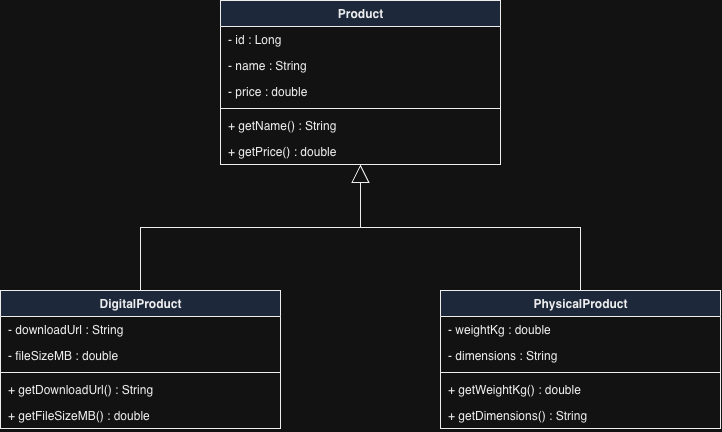
The draw.io diagram docs/uml/product-hierarchy.png in nimuthu-dev/products-api, before a commit. Source tidied: cells renumbered, new cells last; positions are measured from the earlier drawing's top-left corner, leaving out a move shared by most shapes.
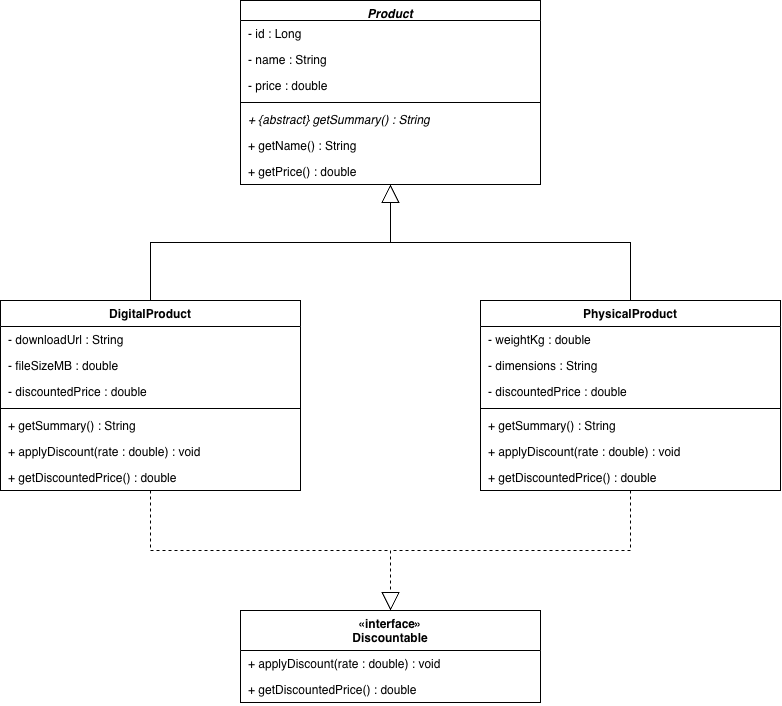
The same file after the commit.

Commit message:
TUT 5 Activity 6

The edit, as a diff of the source:
```diff
@@ -2,68 +2,98 @@
   <root>
     <mxCell id="0" />
     <mxCell id="1" parent="0" />
-    <mxCell id="2" value="Product" style="swimlane;fontStyle=1;align=center;verticalAlign=top;horizontal=1;startSize=26;html=1;fillColor=#dae8fc;strokeColor=#000000;fontColor=#000000;swimlaneFillColor=#ffffff;" parent="1" vertex="1">
-      <mxGeometry x="220" width="280" height="164" as="geometry" />
+    <mxCell id="2" value="Product" style="swimlane;fontStyle=3;align=center;verticalAlign=top;horizontal=1;startSize=20;html=1;whiteSpace=wrap;swimlaneFillColor=#ffffff;" parent="1" vertex="1">
+      <mxGeometry x="220" y="-10" width="300" height="184" as="geometry" />
     </mxCell>
     <mxCell id="3" value="- id : Long" style="text;strokeColor=none;fillColor=none;align=left;verticalAlign=top;spacingLeft=6;overflow=hidden;html=1;fontColor=#000000;" parent="2" vertex="1">
-      <mxGeometry y="26" width="280" height="26" as="geometry" />
+      <mxGeometry y="20" width="300" height="26" as="geometry" />
     </mxCell>
     <mxCell id="4" value="- name : String" style="text;strokeColor=none;fillColor=none;align=left;verticalAlign=top;spacingLeft=6;overflow=hidden;html=1;fontColor=#000000;" parent="2" vertex="1">
-      <mxGeometry y="52" width="280" height="26" as="geometry" />
+      <mxGeometry y="46" width="300" height="26" as="geometry" />
     </mxCell>
     <mxCell id="5" value="- price : double" style="text;strokeColor=none;fillColor=none;align=left;verticalAlign=top;spacingLeft=6;overflow=hidden;html=1;fontColor=#000000;" parent="2" vertex="1">
-      <mxGeometry y="78" width="280" height="26" as="geometry" />
+      <mxGeometry y="72" width="300" height="26" as="geometry" />
     </mxCell>
-    <mxCell id="6" style="line;strokeWidth=1;fillColor=none;align=left;verticalAlign=middle;html=1;strokeColor=#000000;" parent="2" vertex="1">
-      <mxGeometry y="104" width="280" height="8" as="geometry" />
+    <mxCell id="6" style="line;strokeWidth=1;fillColor=none;html=1;strokeColor=#000000;" parent="2" vertex="1">
+      <mxGeometry y="98" width="300" height="8" as="geometry" />
     </mxCell>
-    <mxCell id="7" value="+ getName() : String" style="text;strokeColor=none;fillColor=none;align=left;verticalAlign=top;spacingLeft=6;overflow=hidden;html=1;fontColor=#000000;" parent="2" vertex="1">
-      <mxGeometry y="112" width="280" height="26" as="geometry" />
+    <mxCell id="7" value="+ {abstract} getSummary() : String" style="text;strokeColor=none;fillColor=none;align=left;verticalAlign=top;spacingLeft=6;overflow=hidden;html=1;fontColor=#000000;fontStyle=2;" parent="2" vertex="1">
+      <mxGeometry y="106" width="300" height="26" as="geometry" />
     </mxCell>
-    <mxCell id="8" value="+ getPrice() : double" style="text;strokeColor=none;fillColor=none;align=left;verticalAlign=top;spacingLeft=6;overflow=hidden;html=1;fontColor=#000000;" parent="2" vertex="1">
-      <mxGeometry y="138" width="280" height="26" as="geometry" />
+    <mxCell id="8" value="+ getName() : String" style="text;strokeColor=none;fillColor=none;align=left;verticalAlign=top;spacingLeft=6;overflow=hidden;html=1;fontColor=#000000;" parent="2" vertex="1">
+      <mxGeometry y="132" width="300" height="26" as="geometry" />
     </mxCell>
+    <mxCell id="23" value="+ getPrice() : double" style="text;strokeColor=none;fillColor=none;align=left;verticalAlign=top;spacingLeft=6;overflow=hidden;html=1;fontColor=#000000;" parent="2" vertex="1">
+      <mxGeometry y="158" width="300" height="26" as="geometry" />
+    </mxCell>
-    <mxCell id="9" value="DigitalProduct" style="swimlane;fontStyle=1;align=center;verticalAlign=top;horizontal=1;startSize=26;html=1;fillColor=#dae8fc;strokeColor=#000000;fontColor=#000000;swimlaneFillColor=#ffffff;" parent="1" vertex="1">
-      <mxGeometry y="290" width="280" height="138" as="geometry" />
+    <mxCell id="9" value="DigitalProduct" style="swimlane;fontStyle=1;align=center;verticalAlign=top;horizontal=1;startSize=26;html=1;whiteSpace=wrap;swimlaneFillColor=#ffffff;" parent="1" vertex="1">
+      <mxGeometry x="-20" y="290" width="300" height="190" as="geometry" />
     </mxCell>
     <mxCell id="10" value="- downloadUrl : String" style="text;strokeColor=none;fillColor=none;align=left;verticalAlign=top;spacingLeft=6;overflow=hidden;html=1;fontColor=#000000;" parent="9" vertex="1">
-      <mxGeometry y="26" width="280" height="26" as="geometry" />
+      <mxGeometry y="26" width="300" height="26" as="geometry" />
     </mxCell>
     <mxCell id="11" value="- fileSizeMB : double" style="text;strokeColor=none;fillColor=none;align=left;verticalAlign=top;spacingLeft=6;overflow=hidden;html=1;fontColor=#000000;" parent="9" vertex="1">
-      <mxGeometry y="52" width="280" height="26" as="geometry" />
+      <mxGeometry y="52" width="300" height="26" as="geometry" />
     </mxCell>
+    <mxCell id="24" value="- discountedPrice : double" style="text;strokeColor=none;fillColor=none;align=left;verticalAlign=top;spacingLeft=6;overflow=hidden;html=1;fontColor=#000000;" parent="9" vertex="1">
+      <mxGeometry y="78" width="300" height="26" as="geometry" />
+    </mxCell>
-    <mxCell id="12" style="line;strokeWidth=1;fillColor=none;align=left;verticalAlign=middle;html=1;strokeColor=#000000;" parent="9" vertex="1">
-      <mxGeometry y="78" width="280" height="8" as="geometry" />
+    <mxCell id="12" style="line;strokeWidth=1;fillColor=none;html=1;strokeColor=#000000;" parent="9" vertex="1">
+      <mxGeometry y="104" width="300" height="8" as="geometry" />
     </mxCell>
-    <mxCell id="13" value="+ getDownloadUrl() : String" style="text;strokeColor=none;fillColor=none;align=left;verticalAlign=top;spacingLeft=6;overflow=hidden;html=1;fontColor=#000000;" parent="9" vertex="1">
-      <mxGeometry y="86" width="280" height="26" as="geometry" />
+    <mxCell id="13" value="+ getSummary() : String" style="text;strokeColor=none;fillColor=none;align=left;verticalAlign=top;spacingLeft=6;overflow=hidden;html=1;fontColor=#000000;" parent="9" vertex="1">
+      <mxGeometry y="112" width="300" height="26" as="geometry" />
     </mxCell>
-    <mxCell id="14" value="+ getFileSizeMB() : double" style="text;strokeColor=none;fillColor=none;align=left;verticalAlign=top;spacingLeft=6;overflow=hidden;html=1;fontColor=#000000;" parent="9" vertex="1">
-      <mxGeometry y="112" width="280" height="26" as="geometry" />
+    <mxCell id="14" value="+ applyDiscount(rate : double) : void" style="text;strokeColor=none;fillColor=none;align=left;verticalAlign=top;spacingLeft=6;overflow=hidden;html=1;fontColor=#000000;" parent="9" vertex="1">
+      <mxGeometry y="138" width="300" height="26" as="geometry" />
     </mxCell>
+    <mxCell id="25" value="+ getDiscountedPrice() : double" style="text;strokeColor=none;fillColor=none;align=left;verticalAlign=top;spacingLeft=6;overflow=hidden;html=1;fontColor=#000000;" parent="9" vertex="1">
+      <mxGeometry y="164" width="300" height="26" as="geometry" />
+    </mxCell>
-    <mxCell id="15" value="PhysicalProduct" style="swimlane;fontStyle=1;align=center;verticalAlign=top;horizontal=1;startSize=26;html=1;fillColor=#dae8fc;strokeColor=#000000;fontColor=#000000;swimlaneFillColor=#ffffff;" parent="1" vertex="1">
-      <mxGeometry x="440" y="290" width="280" height="138" as="geometry" />
+    <mxCell id="15" value="PhysicalProduct" style="swimlane;fontStyle=1;align=center;verticalAlign=top;horizontal=1;startSize=26;html=1;whiteSpace=wrap;swimlaneFillColor=#ffffff;" parent="1" vertex="1">
+      <mxGeometry x="460" y="290" width="300" height="190" as="geometry" />
     </mxCell>
     <mxCell id="16" value="- weightKg : double" style="text;strokeColor=none;fillColor=none;align=left;verticalAlign=top;spacingLeft=6;overflow=hidden;html=1;fontColor=#000000;" parent="15" vertex="1">
-      <mxGeometry y="26" width="280" height="26" as="geometry" />
+      <mxGeometry y="26" width="300" height="26" as="geometry" />
     </mxCell>
     <mxCell id="17" value="- dimensions : String" style="text;strokeColor=none;fillColor=none;align=left;verticalAlign=top;spacingLeft=6;overflow=hidden;html=1;fontColor=#000000;" parent="15" vertex="1">
-      <mxGeometry y="52" width="280" height="26" as="geometry" />
+      <mxGeometry y="52" width="300" height="26" as="geometry" />
     </mxCell>
+    <mxCell id="26" value="- discountedPrice : double" style="text;strokeColor=none;fillColor=none;align=left;verticalAlign=top;spacingLeft=6;overflow=hidden;html=1;fontColor=#000000;" parent="15" vertex="1">
+      <mxGeometry y="78" width="300" height="26" as="geometry" />
+    </mxCell>
-    <mxCell id="18" style="line;strokeWidth=1;fillColor=none;align=left;verticalAlign=middle;html=1;strokeColor=#000000;" parent="15" vertex="1">
-      <mxGeometry y="78" width="280" height="8" as="geometry" />
+    <mxCell id="18" style="line;strokeWidth=1;fillColor=none;html=1;strokeColor=#000000;" parent="15" vertex="1">
+      <mxGeometry y="104" width="300" height="8" as="geometry" />
     </mxCell>
-    <mxCell id="19" value="+ getWeightKg() : double" style="text;strokeColor=none;fillColor=none;align=left;verticalAlign=top;spacingLeft=6;overflow=hidden;html=1;fontColor=#000000;" parent="15" vertex="1">
-      <mxGeometry y="86" width="280" height="26" as="geometry" />
+    <mxCell id="19" value="+ getSummary() : String" style="text;strokeColor=none;fillColor=none;align=left;verticalAlign=top;spacingLeft=6;overflow=hidden;html=1;fontColor=#000000;" parent="15" vertex="1">
+      <mxGeometry y="112" width="300" height="26" as="geometry" />
     </mxCell>
-    <mxCell id="20" value="+ getDimensions() : String" style="text;strokeColor=none;fillColor=none;align=left;verticalAlign=top;spacingLeft=6;overflow=hidden;html=1;fontColor=#000000;" parent="15" vertex="1">
-      <mxGeometry y="112" width="280" height="26" as="geometry" />
+    <mxCell id="20" value="+ applyDiscount(rate : double) : void" style="text;strokeColor=none;fillColor=none;align=left;verticalAlign=top;spacingLeft=6;overflow=hidden;html=1;fontColor=#000000;" parent="15" vertex="1">
+      <mxGeometry y="138" width="300" height="26" as="geometry" />
     </mxCell>
+    <mxCell id="27" value="+ getDiscountedPrice() : double" style="text;strokeColor=none;fillColor=none;align=left;verticalAlign=top;spacingLeft=6;overflow=hidden;html=1;fontColor=#000000;" parent="15" vertex="1">
+      <mxGeometry y="164" width="300" height="26" as="geometry" />
+    </mxCell>
+    <mxCell id="28" value="«interface»&lt;br&gt;Discountable" style="swimlane;fontStyle=1;align=center;verticalAlign=top;horizontal=1;startSize=40;html=1;whiteSpace=wrap;swimlaneFillColor=#ffffff;" parent="1" vertex="1">
+      <mxGeometry x="220" y="600" width="300" height="92" as="geometry" />
+    </mxCell>
+    <mxCell id="29" value="+ applyDiscount(rate : double) : void" style="text;strokeColor=none;fillColor=none;align=left;verticalAlign=top;spacingLeft=6;overflow=hidden;html=1;fontColor=#000000;" parent="28" vertex="1">
+      <mxGeometry y="40" width="300" height="26" as="geometry" />
+    </mxCell>
+    <mxCell id="30" value="+ getDiscountedPrice() : double" style="text;strokeColor=none;fillColor=none;align=left;verticalAlign=top;spacingLeft=6;overflow=hidden;html=1;fontColor=#000000;" parent="28" vertex="1">
+      <mxGeometry y="66" width="300" height="26" as="geometry" />
+    </mxCell>
     <mxCell id="21" style="endArrow=block;endFill=0;endSize=16;html=1;rounded=0;edgeStyle=orthogonalEdgeStyle;strokeColor=#000000;exitX=0.5;exitY=0;entryX=0.5;entryY=1;" parent="1" edge="1" source="9" target="2">
       <mxGeometry relative="1" as="geometry" />
     </mxCell>
+    <mxCell id="31" style="endArrow=block;endFill=0;endSize=16;dashed=1;html=1;rounded=0;edgeStyle=orthogonalEdgeStyle;strokeColor=#000000;exitX=0.5;exitY=1;entryX=0.5;entryY=0;" parent="1" edge="1" source="9" target="28">
+      <mxGeometry relative="1" as="geometry" />
+    </mxCell>
     <mxCell id="22" style="endArrow=block;endFill=0;endSize=16;html=1;rounded=0;edgeStyle=orthogonalEdgeStyle;strokeColor=#000000;exitX=0.5;exitY=0;entryX=0.5;entryY=1;" parent="1" edge="1" source="15" target="2">
       <mxGeometry relative="1" as="geometry" />
     </mxCell>
+    <mxCell id="32" style="endArrow=block;endFill=0;endSize=16;dashed=1;html=1;rounded=0;edgeStyle=orthogonalEdgeStyle;strokeColor=#000000;exitX=0.5;exitY=1;entryX=0.5;entryY=0;" parent="1" edge="1" source="15" target="28">
+      <mxGeometry relative="1" as="geometry" />
+    </mxCell>
   </root>
 </mxGraphModel>
```
